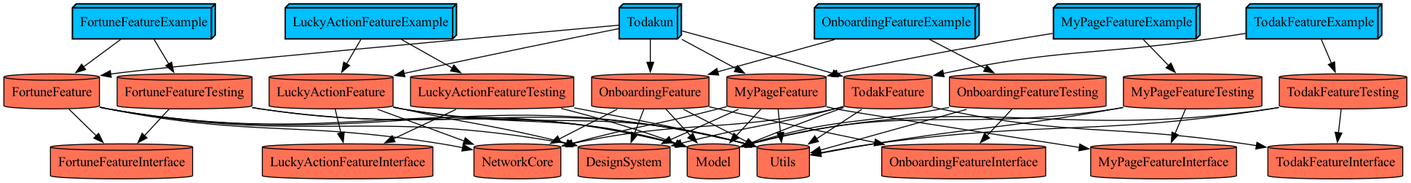
This is docs/graph.png from YAPP-Github/28th-App-Team-2-iOS, a Graphviz export, as it was before one commit. Its source is kept beside it as docs/graph.dot.
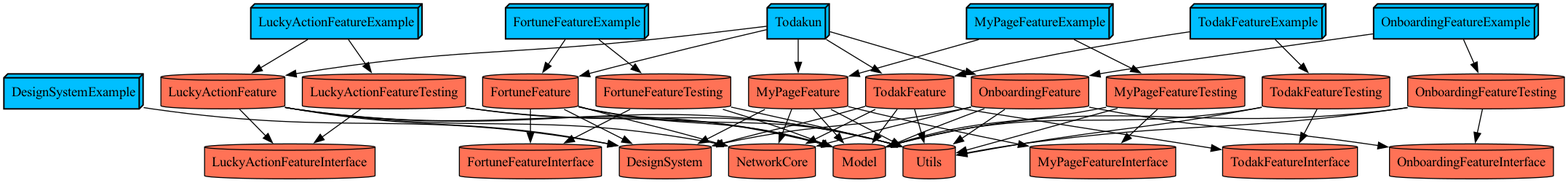
After the change.

Diff of the diagram source:
```diff
@@ -1,5 +1,7 @@
 digraph {
   DesignSystem [fillcolor=coral1 shape=cylinder style=filled]
+  DesignSystemExample -> DesignSystem
+  DesignSystemExample [fillcolor=deepskyblue penwidth="1.5" shape=box3d style=filled]
   FortuneFeature -> DesignSystem
   FortuneFeature -> FortuneFeatureInterface
   FortuneFeature -> Model
```
